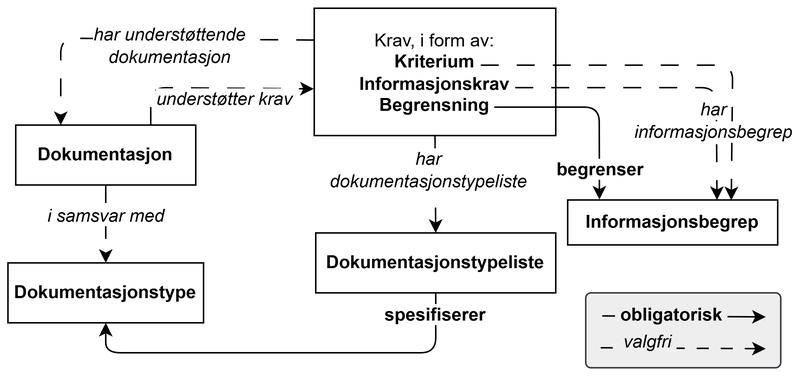
Above: docs/images/CCCEV-AP-NO-forenklet-fremstilling.png in Informasjonsforvaltning/cccev-ap-no (draw.io), before the change. Source tidied: cells renumbered, new cells last; positions are measured from the earlier drawing's top-left corner, leaving out a move shared by most shapes. The source it was exported from:
```xml
<mxGraphModel>
  <root>
    <mxCell id="0" />
    <mxCell id="1" parent="0" />
    <mxCell id="2" value="Krav, i form av:&lt;br&gt;&lt;b&gt;Kriterium&lt;/b&gt;&lt;br&gt;&lt;b&gt;Informasjonskrav&lt;/b&gt;&lt;br&gt;&lt;b&gt;Begrensning&lt;/b&gt;" style="rounded=0;whiteSpace=wrap;html=1;" parent="1" vertex="1">
      <mxGeometry x="204" width="161" height="85" as="geometry" />
    </mxCell>
    <mxCell id="3" style="endArrow=classic;html=1;rounded=1;curved=0;dashed=1;dashPattern=12 12;exitX=0.5;exitY=1;exitDx=0;exitDy=0;entryX=0.5;entryY=0;entryDx=0;entryDy=0;" parent="1" edge="1" source="2" target="12">
      <mxGeometry relative="1" as="geometry" />
    </mxCell>
    <mxCell id="4" style="endArrow=classic;html=1;rounded=1;curved=0;dashed=1;dashPattern=12 12;entryX=-0.002;entryY=0.633;entryDx=0;entryDy=0;exitX=0.75;exitY=0;exitDx=0;exitDy=0;entryPerimeter=0;" parent="1" edge="1" source="13" target="2">
      <mxGeometry relative="1" as="geometry">
        <Array as="points">
          <mxPoint x="95" y="53" />
        </Array>
      </mxGeometry>
    </mxCell>
    <mxCell id="5" value="&lt;span style=&quot;background-color: light-dark(#ffffff, var(--ge-dark-color, #121212));&quot;&gt;&lt;span style=&quot;background-color: rgb(255, 255, 255);&quot;&gt;&lt;i style=&quot;&quot;&gt;understøtter&amp;nbsp;&lt;/i&gt;&lt;/span&gt;&lt;i style=&quot;color: light-dark(rgb(0, 0, 0), rgb(255, 255, 255));&quot;&gt;krav&lt;/i&gt;&lt;/span&gt;" style="text;html=1;strokeColor=none;fillColor=none;align=center;verticalAlign=middle;whiteSpace=wrap;rounded=0;" parent="1" vertex="1">
      <mxGeometry x="95" y="50" width="99" height="22" as="geometry" />
    </mxCell>
    <mxCell id="6" value="&lt;b&gt;Informasjonsbegrep&lt;/b&gt;" style="rounded=0;whiteSpace=wrap;html=1;fillColor=none;strokeColor=#000000;" parent="1" vertex="1">
      <mxGeometry x="373" y="128" width="140" height="30" as="geometry" />
    </mxCell>
    <mxCell id="7" style="endArrow=classic;html=1;rounded=1;curved=0;dashed=1;dashPattern=12 12;entryX=0.779;entryY=0.007;entryDx=0;entryDy=0;entryPerimeter=0;" parent="1" edge="1" target="6">
      <mxGeometry relative="1" as="geometry">
        <mxPoint x="315" y="38" as="sourcePoint" />
        <Array as="points">
          <mxPoint x="483" y="38" />
        </Array>
      </mxGeometry>
    </mxCell>
    <mxCell id="8" style="endArrow=classic;html=1;rounded=1;entryX=0.151;entryY=-0.01;entryDx=0;entryDy=0;curved=0;entryPerimeter=0;" parent="1" edge="1" target="6">
      <mxGeometry relative="1" as="geometry">
        <mxPoint x="324" y="66" as="sourcePoint" />
        <Array as="points">
          <mxPoint x="394" y="66" />
        </Array>
      </mxGeometry>
    </mxCell>
    <mxCell id="9" value="&lt;span style=&quot;background-color: rgb(255, 255, 255);&quot;&gt;&lt;b&gt;begrenser&lt;/b&gt;&lt;br&gt;&lt;/span&gt;" style="text;html=1;strokeColor=none;fillColor=none;align=center;verticalAlign=middle;whiteSpace=wrap;rounded=0;" parent="1" vertex="1">
      <mxGeometry x="355" y="98" width="80" height="20" as="geometry" />
    </mxCell>
    <mxCell id="10" style="endArrow=classic;html=1;rounded=1;curved=0;dashed=1;dashPattern=12 12;entryX=0.711;entryY=0;entryDx=0;entryDy=0;entryPerimeter=0;" parent="1" edge="1" target="6">
      <mxGeometry relative="1" as="geometry">
        <mxPoint x="338" y="53" as="sourcePoint" />
        <Array as="points">
          <mxPoint x="472" y="53" />
        </Array>
      </mxGeometry>
    </mxCell>
    <mxCell id="11" value="&lt;span style=&quot;background-color: rgb(255, 255, 255);&quot;&gt;&lt;i&gt;har&lt;/i&gt;&lt;/span&gt;&lt;div&gt;&lt;span style=&quot;background-color: rgb(255, 255, 255);&quot;&gt;&lt;i&gt;informasjonsbegrep&lt;/i&gt;&lt;br&gt;&lt;/span&gt;&lt;/div&gt;" style="text;html=1;strokeColor=none;fillColor=none;align=center;verticalAlign=middle;whiteSpace=wrap;rounded=0;" parent="1" vertex="1">
      <mxGeometry x="416" y="65" width="109" height="20" as="geometry" />
    </mxCell>
    <mxCell id="12" value="&lt;b&gt;Dokumentasjonstypeliste&lt;/b&gt;" style="rounded=0;whiteSpace=wrap;html=1;" parent="1" vertex="1">
      <mxGeometry x="205" y="150" width="160" height="40" as="geometry" />
    </mxCell>
    <mxCell id="13" value="&lt;div&gt;&lt;b style=&quot;background-color: transparent; color: light-dark(rgb(0, 0, 0), rgb(255, 255, 255));&quot;&gt;Dokumentasjon&lt;/b&gt;&lt;/div&gt;" style="rounded=0;whiteSpace=wrap;html=1;" parent="1" vertex="1">
      <mxGeometry x="5" y="78" width="120" height="40" as="geometry" />
    </mxCell>
    <mxCell id="14" style="endArrow=classic;html=1;rounded=1;curved=0;dashed=1;dashPattern=12 12;entryX=0.25;entryY=0;entryDx=0;entryDy=0;exitX=0;exitY=0.25;exitDx=0;exitDy=0;" parent="1" edge="1" source="2" target="13">
      <mxGeometry relative="1" as="geometry">
        <Array as="points">
          <mxPoint x="35" y="20" />
        </Array>
      </mxGeometry>
    </mxCell>
    <mxCell id="15" value="&lt;span style=&quot;background-color: rgb(255, 255, 255);&quot;&gt;&lt;i&gt;har understøttende dokumentasjon&lt;/i&gt;&lt;br&gt;&lt;/span&gt;" style="text;html=1;strokeColor=none;fillColor=none;align=center;verticalAlign=middle;whiteSpace=wrap;rounded=0;" parent="1" vertex="1">
      <mxGeometry x="51" y="15" width="113.6" height="20" as="geometry" />
    </mxCell>
    <mxCell id="16" value="&lt;span style=&quot;background-color: rgb(255, 255, 255);&quot;&gt;&lt;i&gt;har dokumentasjonstypeliste&lt;/i&gt;&lt;br&gt;&lt;/span&gt;" style="text;html=1;strokeColor=none;fillColor=none;align=center;verticalAlign=middle;whiteSpace=wrap;rounded=0;" parent="1" vertex="1">
      <mxGeometry x="235" y="98" width="90.6" height="20" as="geometry" />
    </mxCell>
    <mxCell id="17" style="group;" parent="1" vertex="1">
      <mxGeometry x="385" y="190" width="130" height="50" as="geometry" />
    </mxCell>
    <mxCell id="18" style="rounded=1;whiteSpace=wrap;html=1;align=left;verticalAlign=top;arcSize=7;fillColor=#eeeeee;strokeColor=#36393d;" parent="17" vertex="1">
      <mxGeometry width="130" height="50" as="geometry" />
    </mxCell>
    <mxCell id="19" style="group;" parent="17" vertex="1">
      <mxGeometry x="10" y="23" width="110" height="20.8" as="geometry" />
    </mxCell>
    <mxCell id="20" style="endArrow=classic;html=1;rounded=0;dashed=1;dashPattern=8 8;" parent="19" edge="1">
      <mxGeometry relative="1" as="geometry">
        <mxPoint y="13.7" as="sourcePoint" />
        <mxPoint x="110" y="14.3" as="targetPoint" />
      </mxGeometry>
    </mxCell>
    <mxCell id="21" value="&lt;span style=&quot;background-color: rgb(238, 238, 238);&quot;&gt;&lt;i&gt;&amp;nbsp;valgfri&amp;nbsp;&lt;/i&gt;&lt;/span&gt;" style="text;html=1;align=center;verticalAlign=middle;whiteSpace=wrap;rounded=0;" parent="19" vertex="1">
      <mxGeometry x="5.7" width="51.2" height="20.8" as="geometry" />
    </mxCell>
    <mxCell id="22" style="group;" parent="17" vertex="1">
      <mxGeometry x="11" y="5" width="109" height="20.8" as="geometry" />
    </mxCell>
    <mxCell id="23" style="endArrow=classic;html=1;rounded=0;" parent="22" edge="1">
      <mxGeometry relative="1" as="geometry">
        <mxPoint y="10.4" as="sourcePoint" />
        <mxPoint x="109" y="11.1" as="targetPoint" />
      </mxGeometry>
    </mxCell>
    <mxCell id="24" value="&lt;b style=&quot;background-color: rgb(238, 238, 238);&quot;&gt;&amp;nbsp;obligatorisk&amp;nbsp;&lt;/b&gt;" style="text;html=1;align=center;verticalAlign=middle;whiteSpace=wrap;rounded=0;" parent="22" vertex="1">
      <mxGeometry x="21.4" width="50.7" height="20.8" as="geometry" />
    </mxCell>
    <mxCell id="25" value="&lt;b&gt;Dokumentasjonstype&lt;/b&gt;" style="rounded=0;whiteSpace=wrap;html=1;" parent="1" vertex="1">
      <mxGeometry x="-0.2" y="170" width="130.4" height="40" as="geometry" />
    </mxCell>
    <mxCell id="26" style="endArrow=classic;html=1;rounded=1;exitX=0.5;exitY=1;exitDx=0;exitDy=0;entryX=0.5;entryY=1;entryDx=0;entryDy=0;curved=0;" parent="1" edge="1" source="12" target="25">
      <mxGeometry relative="1" as="geometry">
        <Array as="points">
          <mxPoint x="285" y="230" />
          <mxPoint x="65" y="230" />
        </Array>
      </mxGeometry>
    </mxCell>
    <mxCell id="27" value="&lt;b style=&quot;background-color: light-dark(#ffffff, var(--ge-dark-color, #121212));&quot;&gt;spesifiserer&lt;/b&gt;" style="text;html=1;whiteSpace=wrap;strokeColor=none;fillColor=none;align=center;verticalAlign=middle;rounded=0;" parent="1" vertex="1">
      <mxGeometry x="254.5" y="190" width="60" height="30" as="geometry" />
    </mxCell>
    <mxCell id="28" style="endArrow=classic;html=1;rounded=1;curved=0;dashed=1;dashPattern=12 12;entryX=0.5;entryY=0;entryDx=0;entryDy=0;exitX=0.5;exitY=1;exitDx=0;exitDy=0;" parent="1" edge="1" source="13" target="25">
      <mxGeometry relative="1" as="geometry" />
    </mxCell>
    <mxCell id="29" value="&lt;span style=&quot;background-color: rgb(255, 255, 255);&quot;&gt;&lt;i&gt;i samsvar med&lt;/i&gt;&lt;/span&gt;" style="text;html=1;strokeColor=none;fillColor=none;align=center;verticalAlign=middle;whiteSpace=wrap;rounded=0;" parent="1" vertex="1">
      <mxGeometry x="15.5" y="128" width="99" height="22" as="geometry" />
    </mxCell>
  </root>
</mxGraphModel>
```
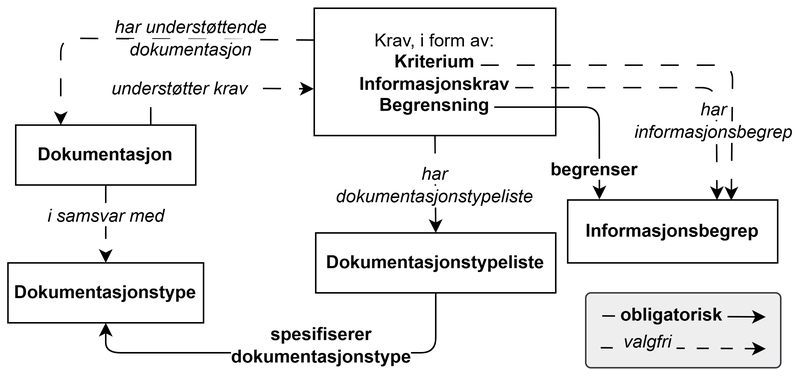
The same file after the commit.

Commit message:
Oppdaterer fig. 1

The edit, as a diff of the source:
```diff
@@ -16,10 +16,10 @@
       </mxGeometry>
     </mxCell>
     <mxCell id="5" value="&lt;span style=&quot;background-color: light-dark(#ffffff, var(--ge-dark-color, #121212));&quot;&gt;&lt;span style=&quot;background-color: rgb(255, 255, 255);&quot;&gt;&lt;i style=&quot;&quot;&gt;understøtter&amp;nbsp;&lt;/i&gt;&lt;/span&gt;&lt;i style=&quot;color: light-dark(rgb(0, 0, 0), rgb(255, 255, 255));&quot;&gt;krav&lt;/i&gt;&lt;/span&gt;" style="text;html=1;strokeColor=none;fillColor=none;align=center;verticalAlign=middle;whiteSpace=wrap;rounded=0;" parent="1" vertex="1">
-      <mxGeometry x="95" y="50" width="99" height="22" as="geometry" />
+      <mxGeometry x="65" y="43" width="99" height="22" as="geometry" />
     </mxCell>
     <mxCell id="6" value="&lt;b&gt;Informasjonsbegrep&lt;/b&gt;" style="rounded=0;whiteSpace=wrap;html=1;fillColor=none;strokeColor=#000000;" parent="1" vertex="1">
-      <mxGeometry x="373" y="128" width="140" height="30" as="geometry" />
+      <mxGeometry x="373" y="128" width="140" height="42" as="geometry" />
     </mxCell>
     <mxCell id="7" style="endArrow=classic;html=1;rounded=1;curved=0;dashed=1;dashPattern=12 12;entryX=0.779;entryY=0.007;entryDx=0;entryDy=0;entryPerimeter=0;" parent="1" edge="1" target="6">
       <mxGeometry relative="1" as="geometry">
@@ -38,7 +38,7 @@
       </mxGeometry>
     </mxCell>
     <mxCell id="9" value="&lt;span style=&quot;background-color: rgb(255, 255, 255);&quot;&gt;&lt;b&gt;begrenser&lt;/b&gt;&lt;br&gt;&lt;/span&gt;" style="text;html=1;strokeColor=none;fillColor=none;align=center;verticalAlign=middle;whiteSpace=wrap;rounded=0;" parent="1" vertex="1">
-      <mxGeometry x="355" y="98" width="80" height="20" as="geometry" />
+      <mxGeometry x="351" y="98" width="80" height="20" as="geometry" />
     </mxCell>
     <mxCell id="10" style="endArrow=classic;html=1;rounded=1;curved=0;dashed=1;dashPattern=12 12;entryX=0.711;entryY=0;entryDx=0;entryDy=0;entryPerimeter=0;" parent="1" edge="1" target="6">
       <mxGeometry relative="1" as="geometry">
@@ -65,10 +65,10 @@
       </mxGeometry>
     </mxCell>
     <mxCell id="15" value="&lt;span style=&quot;background-color: rgb(255, 255, 255);&quot;&gt;&lt;i&gt;har understøttende dokumentasjon&lt;/i&gt;&lt;br&gt;&lt;/span&gt;" style="text;html=1;strokeColor=none;fillColor=none;align=center;verticalAlign=middle;whiteSpace=wrap;rounded=0;" parent="1" vertex="1">
-      <mxGeometry x="51" y="15" width="113.6" height="20" as="geometry" />
+      <mxGeometry x="65" y="10" width="113.6" height="20" as="geometry" />
     </mxCell>
     <mxCell id="16" value="&lt;span style=&quot;background-color: rgb(255, 255, 255);&quot;&gt;&lt;i&gt;har dokumentasjonstypeliste&lt;/i&gt;&lt;br&gt;&lt;/span&gt;" style="text;html=1;strokeColor=none;fillColor=none;align=center;verticalAlign=middle;whiteSpace=wrap;rounded=0;" parent="1" vertex="1">
-      <mxGeometry x="235" y="98" width="90.6" height="20" as="geometry" />
+      <mxGeometry x="239.2" y="108" width="90.6" height="20" as="geometry" />
     </mxCell>
     <mxCell id="17" style="group;" parent="1" vertex="1">
       <mxGeometry x="385" y="190" width="130" height="50" as="geometry" />
@@ -111,8 +111,8 @@
         </Array>
       </mxGeometry>
     </mxCell>
-    <mxCell id="27" value="&lt;b style=&quot;background-color: light-dark(#ffffff, var(--ge-dark-color, #121212));&quot;&gt;spesifiserer&lt;/b&gt;" style="text;html=1;whiteSpace=wrap;strokeColor=none;fillColor=none;align=center;verticalAlign=middle;rounded=0;" parent="1" vertex="1">
-      <mxGeometry x="254.5" y="190" width="60" height="30" as="geometry" />
+    <mxCell id="27" value="&lt;b style=&quot;background-color: light-dark(#ffffff, var(--ge-dark-color, #121212));&quot;&gt;spesifiserer dokumentasjonstype&lt;/b&gt;" style="text;html=1;whiteSpace=wrap;strokeColor=none;fillColor=none;align=center;verticalAlign=middle;rounded=0;" parent="1" vertex="1">
+      <mxGeometry x="178.6" y="210" width="60" height="30" as="geometry" />
     </mxCell>
     <mxCell id="28" style="endArrow=classic;html=1;rounded=1;curved=0;dashed=1;dashPattern=12 12;entryX=0.5;entryY=0;entryDx=0;entryDy=0;exitX=0.5;exitY=1;exitDx=0;exitDy=0;" parent="1" edge="1" source="13" target="25">
       <mxGeometry relative="1" as="geometry" />
```
